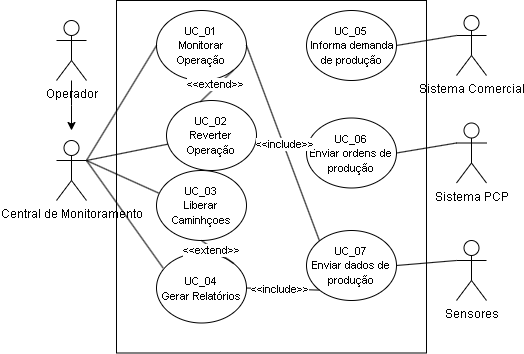
This is assets/UseCases.png from gbalbuquerque/IndustriaTintas, a draw.io export, as it was before one commit. Source tidied: cells renumbered, new cells last; positions are measured from the earlier drawing's top-left corner, leaving out a move shared by most shapes.
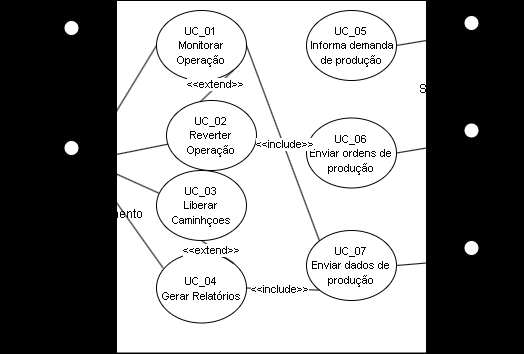
The same file after the commit.

Commit message:
docs: adição dos diagramas de casos de uso

Diff of the diagram source:
```diff
@@ -1,4 +1,4 @@
-<mxGraphModel>
+<mxGraphModel background="#000000">
   <root>
     <mxCell id="0" />
     <mxCell id="1" parent="0" />
```
